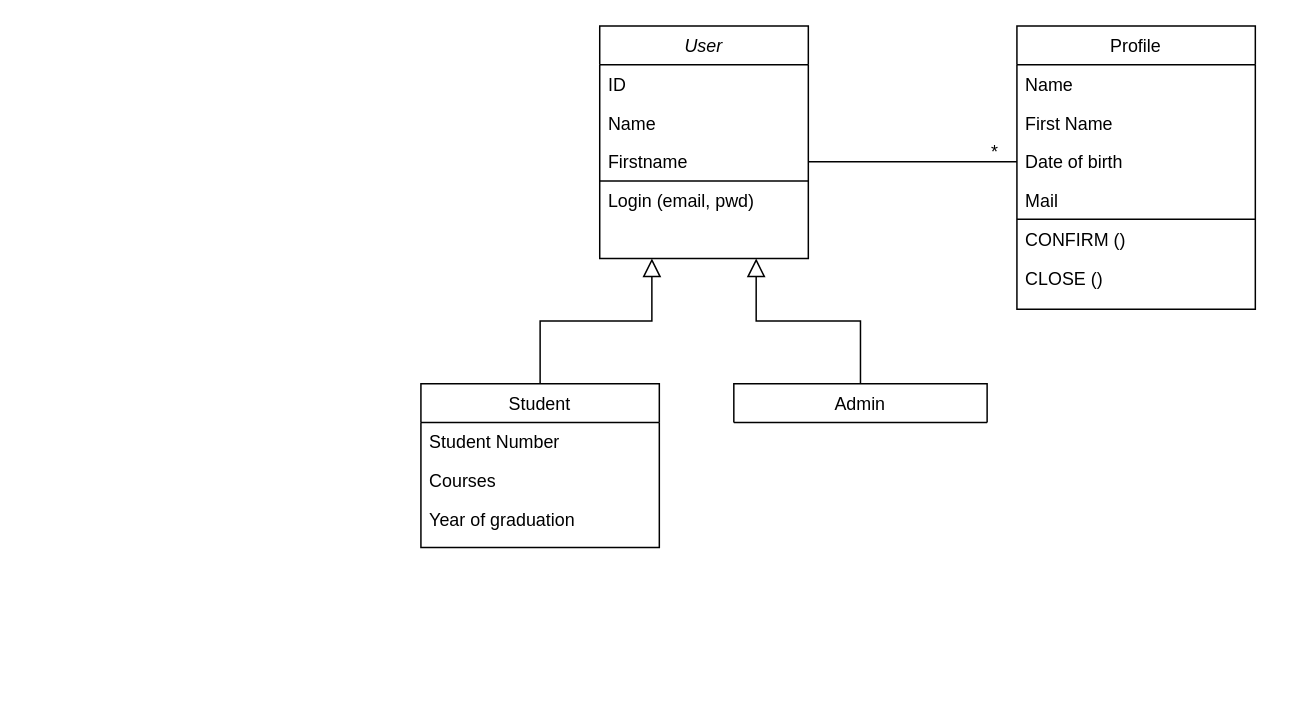
Before: ClassDiagram.drawio in nicolas-chivite/emisa-html-css, a draw.io diagram. Source tidied: cells renumbered, new cells numbered last; positions are measured from the earlier drawing's top-left corner, leaving out a move shared by most shapes. Both pictures are drawn from the tidied source at 149%, with x=0, y=0 at pixel (420, 25).
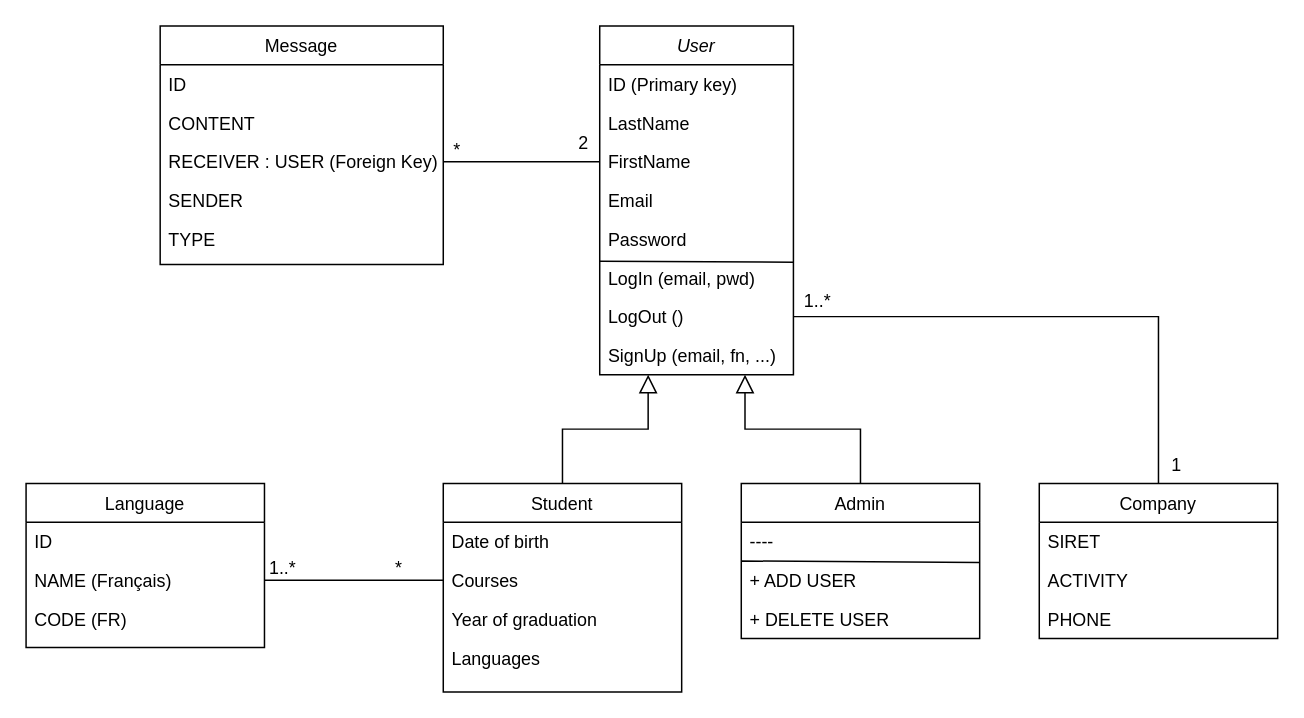
The same page after the edit.

Commit message (it also covers changes not shown here):
Mettre à jour ClassDiagram.drawio

Unchanged cells that the change refers to:
```xml
<mxCell id="10" value="Courses" style="text;align=left;verticalAlign=top;spacingLeft=4;spacingRight=4;overflow=hidden;points=[[0,0.5],[1,0.5]];portConstraint=eastwest;rounded=0;shadow=0;html=0;" parent="8" vertex="1">
  <mxGeometry y="52" width="160" height="26" as="geometry" />
</mxCell>
```

Change to the diagram source:
```diff
@@
     <mxCell id="2" value="User" style="swimlane;fontStyle=2;align=center;verticalAlign=top;horizontal=1;startSize=26;rounded=0;shadow=0;strokeWidth=1;" parent="1" vertex="1">
-      <mxGeometry x="120" width="140" height="156" as="geometry" />
+      <mxGeometry x="120" width="130" height="234" as="geometry" />
     </mxCell>
-    <mxCell id="3" value="ID" style="text;align=left;verticalAlign=top;spacingLeft=4;spacingRight=4;overflow=hidden;" parent="2" vertex="1">
-      <mxGeometry y="26" width="140" height="26" as="geometry" />
+    <mxCell id="3" value="ID (Primary key)" style="text;align=left;verticalAlign=top;spacingLeft=4;spacingRight=4;overflow=hidden;" parent="2" vertex="1">
+      <mxGeometry y="26" width="130" height="26" as="geometry" />
     </mxCell>
-    <mxCell id="4" value="Name" style="text;align=left;verticalAlign=top;spacingLeft=4;spacingRight=4;overflow=hidden;rounded=0;shadow=0;html=0;" parent="2" vertex="1">
-      <mxGeometry y="52" width="140" height="26" as="geometry" />
+    <mxCell id="4" value="LastName" style="text;align=left;verticalAlign=top;spacingLeft=4;spacingRight=4;overflow=hidden;rounded=0;shadow=0;html=0;" parent="2" vertex="1">
+      <mxGeometry y="52" width="130" height="26" as="geometry" />
     </mxCell>
-    <mxCell id="5" value="Firstname" style="text;align=left;verticalAlign=top;spacingLeft=4;spacingRight=4;overflow=hidden;points=[[0,0.5],[1,0.5]];portConstraint=eastwest;rounded=0;shadow=0;html=0;" parent="2" vertex="1">
-      <mxGeometry y="78" width="140" height="26" as="geometry" />
+    <mxCell id="5" value="FirstName" style="text;align=left;verticalAlign=top;spacingLeft=4;spacingRight=4;overflow=hidden;points=[[0,0.5],[1,0.5]];portConstraint=eastwest;rounded=0;shadow=0;html=0;" parent="2" vertex="1">
+      <mxGeometry y="78" width="130" height="26" as="geometry" />
     </mxCell>
-    <mxCell id="6" style="endArrow=none;html=1;rounded=0;entryX=1;entryY=0.5;entryDx=0;entryDy=0;exitX=0;exitY=0.5;exitDx=0;exitDy=0;" parent="2" edge="1">
-      <mxGeometry relative="1" as="geometry">
-        <mxPoint y="104" as="sourcePoint" />
-        <mxPoint x="140" y="104" as="targetPoint" />
-      </mxGeometry>
+    <mxCell id="6" style="endArrow=none;html=1;rounded=0;entryX=1;entryY=0.094;entryDx=0;entryDy=0;exitX=0;exitY=0.073;exitDx=0;exitDy=0;entryPerimeter=0;exitPerimeter=0;" parent="2" edge="1" source="7" target="7">
+      <mxGeometry relative="1" as="geometry" />
     </mxCell>
+    <mxCell id="25" value="Email" style="text;align=left;verticalAlign=top;spacingLeft=4;spacingRight=4;overflow=hidden;rounded=0;shadow=0;html=0;" parent="2" vertex="1">
+      <mxGeometry y="104" width="130" height="26" as="geometry" />
+    </mxCell>
+    <mxCell id="26" value="Password" style="text;align=left;verticalAlign=top;spacingLeft=4;spacingRight=4;overflow=hidden;rounded=0;shadow=0;html=0;" parent="2" vertex="1">
+      <mxGeometry y="130" width="130" height="26" as="geometry" />
+    </mxCell>
-    <mxCell id="7" value="Login (email, pwd)" style="text;align=left;verticalAlign=top;spacingLeft=4;spacingRight=4;overflow=hidden;points=[[0,0.5],[1,0.5]];portConstraint=eastwest;rounded=0;shadow=0;html=0;" parent="2" vertex="1">
-      <mxGeometry y="104" width="140" height="26" as="geometry" />
+    <mxCell id="7" value="LogIn (email, pwd)" style="text;align=left;verticalAlign=top;spacingLeft=4;spacingRight=4;overflow=hidden;points=[[0,0.5],[1,0.5]];portConstraint=eastwest;rounded=0;shadow=0;html=0;" parent="2" vertex="1">
+      <mxGeometry y="156" width="130" height="26" as="geometry" />
     </mxCell>
+    <mxCell id="27" value="LogOut ()" style="text;align=left;verticalAlign=top;spacingLeft=4;spacingRight=4;overflow=hidden;points=[[0,0.5],[1,0.5]];portConstraint=eastwest;rounded=0;shadow=0;html=0;" parent="2" vertex="1">
+      <mxGeometry y="182" width="130" height="26" as="geometry" />
+    </mxCell>
+    <mxCell id="28" value="SignUp (email, fn, ...)" style="text;align=left;verticalAlign=top;spacingLeft=4;spacingRight=4;overflow=hidden;rounded=0;shadow=0;html=0;" parent="2" vertex="1">
+      <mxGeometry y="208" width="130" height="26" as="geometry" />
+    </mxCell>
     <mxCell id="8" value="Student" style="swimlane;fontStyle=0;align=center;verticalAlign=top;horizontal=1;startSize=26;rounded=0;shadow=0;strokeWidth=1;" parent="1" vertex="1">
-      <mxGeometry y="240" width="160" height="110" as="geometry" />
+      <mxGeometry x="15" y="307" width="160" height="140" as="geometry" />
     </mxCell>
-    <mxCell id="9" value="Student Number" style="text;align=left;verticalAlign=top;spacingLeft=4;spacingRight=4;overflow=hidden;" parent="8" vertex="1">
+    <mxCell id="9" value="Date of birth" style="text;align=left;verticalAlign=top;spacingLeft=4;spacingRight=4;overflow=hidden;" parent="8" vertex="1">
       <mxGeometry y="26" width="160" height="26" as="geometry" />
     </mxCell>
@@
+    <mxCell id="29" value="Languages" style="text;align=left;verticalAlign=top;spacingLeft=4;spacingRight=4;overflow=hidden;rounded=0;shadow=0;html=0;" parent="8" vertex="1">
+      <mxGeometry y="104" width="160" height="26" as="geometry" />
+    </mxCell>
@@
-    <mxCell id="13" value="Admin" style="swimlane;fontStyle=0;align=center;verticalAlign=top;horizontal=1;startSize=26;rounded=0;shadow=0;strokeWidth=1;" parent="1" vertex="1" collapsed="1">
-      <mxGeometry x="210" y="240" width="170" height="26" as="geometry" />
+    <mxCell id="13" value="Admin" style="swimlane;fontStyle=0;align=center;verticalAlign=top;horizontal=1;startSize=26;rounded=0;shadow=0;strokeWidth=1;" parent="1" vertex="1">
+      <mxGeometry x="215" y="307" width="160" height="104" as="geometry" />
     </mxCell>
+    <mxCell id="30" value="----" style="text;align=left;verticalAlign=top;spacingLeft=4;spacingRight=4;overflow=hidden;points=[[0,0.5],[1,0.5]];portConstraint=eastwest;rounded=0;shadow=0;html=0;" parent="13" vertex="1">
+      <mxGeometry y="26" width="160" height="26" as="geometry" />
+    </mxCell>
+    <mxCell id="31" value="+ ADD USER" style="text;align=left;verticalAlign=top;spacingLeft=4;spacingRight=4;overflow=hidden;rounded=0;shadow=0;html=0;" parent="13" vertex="1">
+      <mxGeometry y="52" width="160" height="26" as="geometry" />
+    </mxCell>
+    <mxCell id="32" value="+ DELETE USER" style="text;align=left;verticalAlign=top;spacingLeft=4;spacingRight=4;overflow=hidden;rounded=0;shadow=0;html=0;" parent="13" vertex="1">
+      <mxGeometry y="78" width="160" height="26" as="geometry" />
+    </mxCell>
+    <mxCell id="33" style="endArrow=none;html=1;rounded=0;entryX=0;entryY=0.5;entryDx=0;entryDy=0;exitX=0.999;exitY=1.038;exitDx=0;exitDy=0;exitPerimeter=0;" parent="13" edge="1" source="30" target="13">
+      <mxGeometry relative="1" as="geometry" />
+    </mxCell>
@@
-    <mxCell id="15" value="Profile" style="swimlane;fontStyle=0;align=center;verticalAlign=top;horizontal=1;startSize=26;rounded=0;shadow=0;strokeWidth=1;" parent="1" vertex="1">
-      <mxGeometry x="400" width="160" height="190" as="geometry" />
-    </mxCell>
-    <mxCell id="16" value="Name" style="text;align=left;verticalAlign=top;spacingLeft=4;spacingRight=4;overflow=hidden;" parent="15" vertex="1">
-      <mxGeometry y="26" width="160" height="26" as="geometry" />
-    </mxCell>
-    <mxCell id="17" value="First Name" style="text;align=left;verticalAlign=top;spacingLeft=4;spacingRight=4;overflow=hidden;rounded=0;shadow=0;html=0;" parent="15" vertex="1">
-      <mxGeometry y="52" width="160" height="26" as="geometry" />
-    </mxCell>
-    <mxCell id="18" value="Date of birth" style="text;align=left;verticalAlign=top;spacingLeft=4;spacingRight=4;overflow=hidden;points=[[0,0.5],[1,0.5]];portConstraint=eastwest;rounded=0;shadow=0;html=0;" parent="15" vertex="1">
-      <mxGeometry y="78" width="160" height="26" as="geometry" />
-    </mxCell>
-    <mxCell id="19" value="Mail" style="text;align=left;verticalAlign=top;spacingLeft=4;spacingRight=4;overflow=hidden;rounded=0;shadow=0;html=0;" parent="15" vertex="1">
-      <mxGeometry y="104" width="160" height="26" as="geometry" />
-    </mxCell>
-    <mxCell id="20" style="endArrow=none;html=1;rounded=0;exitX=1;exitY=0.5;exitDx=0;exitDy=0;entryX=0;entryY=0.5;entryDx=0;entryDy=0;" parent="15" edge="1">
-      <mxGeometry relative="1" as="geometry">
-        <mxPoint x="160" y="129.7" as="sourcePoint" />
-        <mxPoint y="129.7" as="targetPoint" />
-      </mxGeometry>
-    </mxCell>
-    <mxCell id="21" value="CONFIRM ()" style="text;align=left;verticalAlign=top;spacingLeft=4;spacingRight=4;overflow=hidden;rounded=0;shadow=0;html=0;" parent="15" vertex="1">
-      <mxGeometry y="130" width="160" height="26" as="geometry" />
-    </mxCell>
-    <mxCell id="22" value="CLOSE ()" style="text;align=left;verticalAlign=top;spacingLeft=4;spacingRight=4;overflow=hidden;rounded=0;shadow=0;html=0;" parent="15" vertex="1">
-      <mxGeometry y="156" width="160" height="26" as="geometry" />
-    </mxCell>
-    <mxCell id="23" value="*" style="text;html=1;align=center;verticalAlign=middle;strokeColor=none;fillColor=none;" parent="1" vertex="1">
-      <mxGeometry x="370" y="70" width="30" height="30" as="geometry" />
-    </mxCell>
-    <mxCell id="24" style="endArrow=none;html=1;rounded=0;entryX=0;entryY=0.5;entryDx=0;entryDy=0;exitX=1;exitY=0.5;exitDx=0;exitDy=0;" parent="1" edge="1" source="5" target="18">
-      <mxGeometry relative="1" as="geometry" />
-    </mxCell>
+    <mxCell id="34" value="Language" style="swimlane;fontStyle=0;align=center;verticalAlign=top;horizontal=1;startSize=26;rounded=0;shadow=0;strokeWidth=1;" parent="1" vertex="1">
+      <mxGeometry x="-265" y="307" width="160" height="110" as="geometry" />
+    </mxCell>
+    <mxCell id="35" value="ID" style="text;align=left;verticalAlign=top;spacingLeft=4;spacingRight=4;overflow=hidden;" parent="34" vertex="1">
+      <mxGeometry y="26" width="160" height="26" as="geometry" />
+    </mxCell>
+    <mxCell id="36" value="NAME (Français)" style="text;align=left;verticalAlign=top;spacingLeft=4;spacingRight=4;overflow=hidden;points=[[0,0.5],[1,0.5]];portConstraint=eastwest;rounded=0;shadow=0;html=0;" parent="34" vertex="1">
+      <mxGeometry y="52" width="160" height="26" as="geometry" />
+    </mxCell>
+    <mxCell id="37" value="CODE (FR)" style="text;align=left;verticalAlign=top;spacingLeft=4;spacingRight=4;overflow=hidden;rounded=0;shadow=0;html=0;" parent="34" vertex="1">
+      <mxGeometry y="78" width="160" height="26" as="geometry" />
+    </mxCell>
+    <mxCell id="38" style="endArrow=none;html=1;rounded=0;exitX=1;exitY=0.5;exitDx=0;exitDy=0;entryX=0;entryY=0.5;entryDx=0;entryDy=0;" parent="1" edge="1" source="36" target="10">
+      <mxGeometry relative="1" as="geometry" />
+    </mxCell>
+    <mxCell id="39" value="*" style="text;html=1;align=center;verticalAlign=middle;strokeColor=none;fillColor=none;" parent="1" vertex="1">
+      <mxGeometry x="-30" y="349" width="30" height="30" as="geometry" />
+    </mxCell>
+    <mxCell id="40" value="1..*" style="text;html=1;align=center;verticalAlign=middle;strokeColor=none;fillColor=none;" parent="1" vertex="1">
+      <mxGeometry x="-113" y="349" width="40" height="30" as="geometry" />
+    </mxCell>
+    <mxCell id="41" value="Message" style="swimlane;fontStyle=0;align=center;verticalAlign=top;horizontal=1;startSize=26;rounded=0;shadow=0;strokeWidth=1;" parent="1" vertex="1">
+      <mxGeometry x="-175" width="190" height="160" as="geometry" />
+    </mxCell>
+    <mxCell id="42" value="ID" style="text;align=left;verticalAlign=top;spacingLeft=4;spacingRight=4;overflow=hidden;rounded=0;shadow=0;html=0;" parent="41" vertex="1">
+      <mxGeometry y="26" width="190" height="26" as="geometry" />
+    </mxCell>
+    <mxCell id="43" value="CONTENT" style="text;align=left;verticalAlign=top;spacingLeft=4;spacingRight=4;overflow=hidden;rounded=0;shadow=0;html=0;" parent="41" vertex="1">
+      <mxGeometry y="52" width="190" height="26" as="geometry" />
+    </mxCell>
+    <mxCell id="44" value="RECEIVER : USER (Foreign Key)" style="text;align=left;verticalAlign=top;spacingLeft=4;spacingRight=4;overflow=hidden;points=[[0,0.5],[1,0.5]];portConstraint=eastwest;rounded=0;shadow=0;html=0;" parent="41" vertex="1">
+      <mxGeometry y="78" width="190" height="26" as="geometry" />
+    </mxCell>
+    <mxCell id="45" value="SENDER" style="text;align=left;verticalAlign=top;spacingLeft=4;spacingRight=4;overflow=hidden;rounded=0;shadow=0;html=0;" parent="41" vertex="1">
+      <mxGeometry y="104" width="190" height="26" as="geometry" />
+    </mxCell>
+    <mxCell id="46" value="TYPE" style="text;align=left;verticalAlign=top;spacingLeft=4;spacingRight=4;overflow=hidden;rounded=0;shadow=0;html=0;" parent="41" vertex="1">
+      <mxGeometry y="130" width="190" height="26" as="geometry" />
+    </mxCell>
+    <mxCell id="47" style="endArrow=none;html=1;rounded=0;exitX=1;exitY=0.5;exitDx=0;exitDy=0;entryX=0;entryY=0.5;entryDx=0;entryDy=0;" parent="1" edge="1" source="44" target="5">
+      <mxGeometry relative="1" as="geometry" />
+    </mxCell>
+    <mxCell id="48" value="*" style="text;html=1;align=center;verticalAlign=middle;strokeColor=none;fillColor=none;" parent="1" vertex="1">
+      <mxGeometry x="9" y="69" width="30" height="30" as="geometry" />
+    </mxCell>
+    <mxCell id="49" value="2" style="text;html=1;align=center;verticalAlign=middle;strokeColor=none;fillColor=none;" parent="1" vertex="1">
+      <mxGeometry x="94" y="64" width="30" height="30" as="geometry" />
+    </mxCell>
+    <mxCell id="50" value="Company" style="swimlane;fontStyle=0;align=center;verticalAlign=top;horizontal=1;startSize=26;rounded=0;shadow=0;strokeWidth=1;" parent="1" vertex="1">
+      <mxGeometry x="415" y="307" width="160" height="104" as="geometry" />
+    </mxCell>
+    <mxCell id="51" value="SIRET" style="text;align=left;verticalAlign=top;spacingLeft=4;spacingRight=4;overflow=hidden;rounded=0;shadow=0;html=0;" parent="50" vertex="1">
+      <mxGeometry y="26" width="160" height="26" as="geometry" />
+    </mxCell>
+    <mxCell id="52" value="ACTIVITY" style="text;align=left;verticalAlign=top;spacingLeft=4;spacingRight=4;overflow=hidden;rounded=0;shadow=0;html=0;" parent="50" vertex="1">
+      <mxGeometry y="52" width="160" height="26" as="geometry" />
+    </mxCell>
+    <mxCell id="53" value="PHONE" style="text;align=left;verticalAlign=top;spacingLeft=4;spacingRight=4;overflow=hidden;rounded=0;shadow=0;html=0;" parent="50" vertex="1">
+      <mxGeometry y="78" width="160" height="26" as="geometry" />
+    </mxCell>
+    <mxCell id="54" value="1..*" style="text;html=1;align=center;verticalAlign=middle;strokeColor=none;fillColor=none;" parent="1" vertex="1">
+      <mxGeometry x="246" y="170" width="40" height="30" as="geometry" />
+    </mxCell>
+    <mxCell id="55" value="1" style="text;html=1;align=center;verticalAlign=middle;strokeColor=none;fillColor=none;" parent="1" vertex="1">
+      <mxGeometry x="492" y="280" width="30" height="30" as="geometry" />
+    </mxCell>
+    <mxCell id="56" style="endArrow=none;html=1;rounded=0;exitX=0.5;exitY=0;exitDx=0;exitDy=0;entryX=1;entryY=0.5;entryDx=0;entryDy=0;edgeStyle=orthogonalEdgeStyle;" parent="1" edge="1" source="50" target="27">
+      <mxGeometry relative="1" as="geometry" />
+    </mxCell>
```
